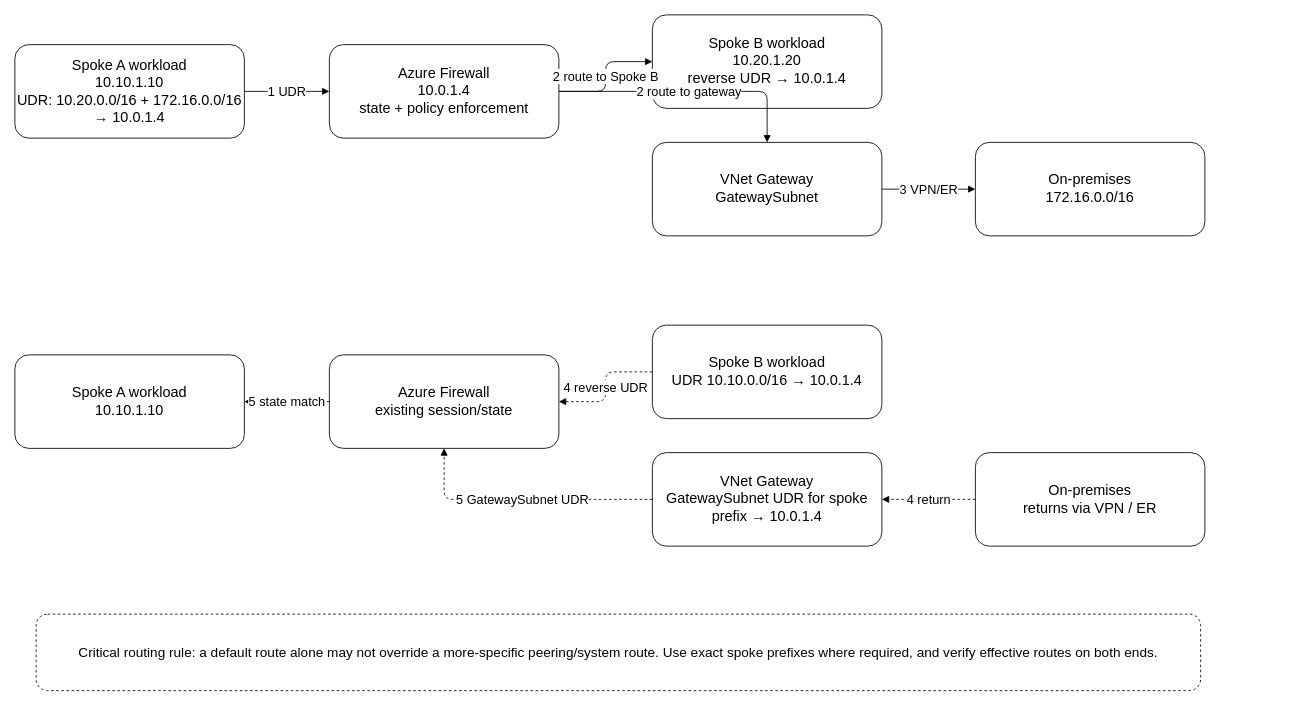
Earlier version of the draw.io diagram images/09-05-26-18-55_method1_symmetric_routing.drawio (ccaiccie/knowledge). Source tidied: cells renumbered, new cells numbered last; positions are measured from the earlier drawing's top-left corner, leaving out a move shared by most shapes. Both pictures are drawn from the tidied source at 85%, with x=0, y=0 at pixel (14, 14).
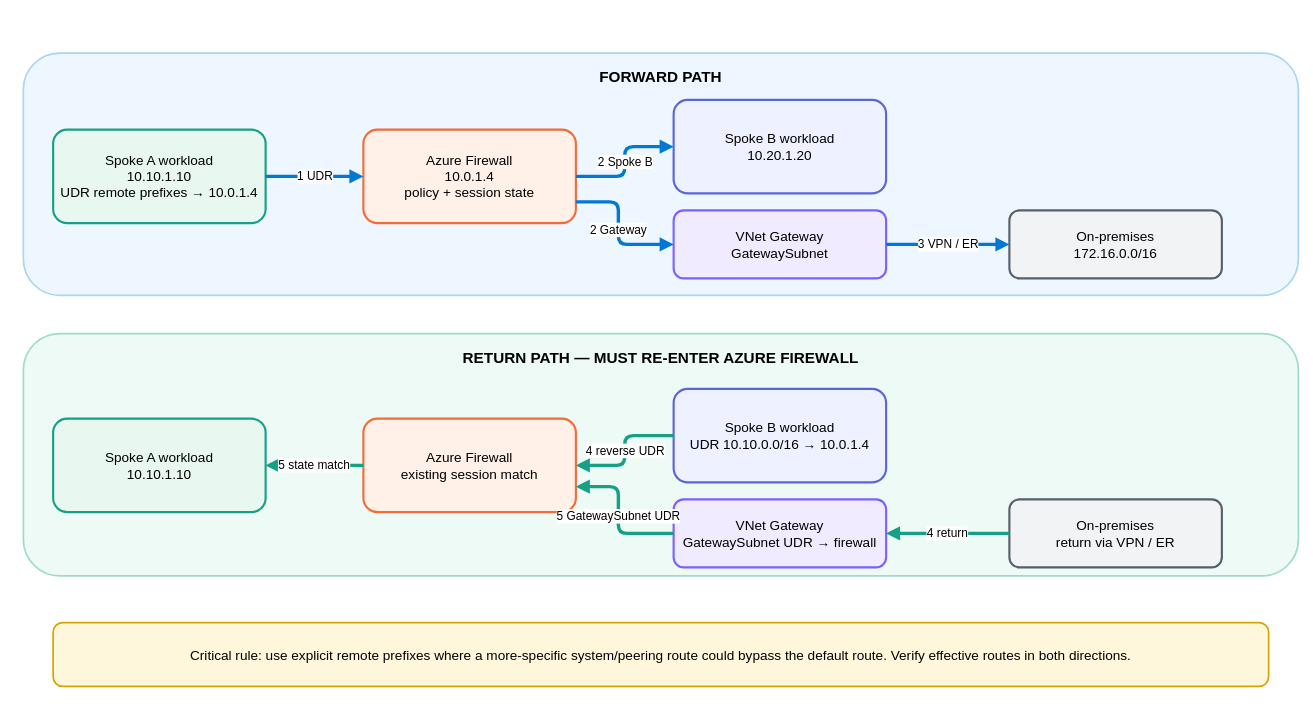
The same page after the edit.

Commit message:
Match symmetric routing draw.io to redesigned SVG

What changed in the source:
```diff
@@
+    <mxCell id="21" value="FORWARD PATH" style="rounded=1;whiteSpace=wrap;html=1;verticalAlign=top;fontStyle=1;fontSize=18;spacingTop=12;fillColor=#EEF7FF;strokeColor=#A8D5F5;strokeWidth=2;" parent="1" vertex="1">
+      <mxGeometry x="10" y="45" width="1500" height="285" as="geometry" />
+    </mxCell>
+    <mxCell id="22" value="RETURN PATH — MUST RE-ENTER AZURE FIREWALL" style="rounded=1;whiteSpace=wrap;html=1;verticalAlign=top;fontStyle=1;fontSize=18;spacingTop=12;fillColor=#EDFAF6;strokeColor=#9EDBCB;strokeWidth=2;" parent="1" vertex="1">
+      <mxGeometry x="10" y="375" width="1500" height="285" as="geometry" />
+    </mxCell>
-    <mxCell id="2" value="Spoke A workload&#10;10.10.1.10&#10;UDR: 10.20.0.0/16 + 172.16.0.0/16 → 10.0.1.4" style="rounded=1;whiteSpace=wrap;html=1;fontSize=17;" parent="1" vertex="1">
-      <mxGeometry y="35" width="270" height="110" as="geometry" />
+    <mxCell id="2" value="Spoke A workload&#10;10.10.1.10&#10;UDR remote prefixes → 10.0.1.4" style="rounded=1;whiteSpace=wrap;html=1;fontSize=16;fillColor=#E8F7F0;strokeColor=#16A085;strokeWidth=2.5;" parent="1" vertex="1">
+      <mxGeometry x="45" y="135" width="250" height="110" as="geometry" />
     </mxCell>
-    <mxCell id="3" value="Azure Firewall&#10;10.0.1.4&#10;state + policy enforcement" style="rounded=1;whiteSpace=wrap;html=1;fontSize=17;" parent="1" vertex="1">
-      <mxGeometry x="370" y="35" width="270" height="110" as="geometry" />
+    <mxCell id="3" value="Azure Firewall&#10;10.0.1.4&#10;policy + session state" style="rounded=1;whiteSpace=wrap;html=1;fontSize=16;fillColor=#FFF1E8;strokeColor=#F26B38;strokeWidth=2.5;" parent="1" vertex="1">
+      <mxGeometry x="410" y="135" width="250" height="110" as="geometry" />
     </mxCell>
-    <mxCell id="4" value="Spoke B workload&#10;10.20.1.20&#10;reverse UDR → 10.0.1.4" style="rounded=1;whiteSpace=wrap;html=1;fontSize=17;" parent="1" vertex="1">
-      <mxGeometry x="750" width="270" height="110" as="geometry" />
+    <mxCell id="4" value="Spoke B workload&#10;10.20.1.20" style="rounded=1;whiteSpace=wrap;html=1;fontSize=16;fillColor=#EEF1FF;strokeColor=#5B65D8;strokeWidth=2.5;" parent="1" vertex="1">
+      <mxGeometry x="775" y="100" width="250" height="110" as="geometry" />
     </mxCell>
-    <mxCell id="5" value="VNet Gateway&#10;GatewaySubnet" style="rounded=1;whiteSpace=wrap;html=1;fontSize=17;" parent="1" vertex="1">
-      <mxGeometry x="750" y="150" width="270" height="110" as="geometry" />
+    <mxCell id="5" value="VNet Gateway&#10;GatewaySubnet" style="rounded=1;whiteSpace=wrap;html=1;fontSize=16;fillColor=#F1EBFF;strokeColor=#7B61FF;strokeWidth=2.5;" parent="1" vertex="1">
+      <mxGeometry x="775" y="230" width="250" height="80" as="geometry" />
     </mxCell>
-    <mxCell id="6" value="On-premises&#10;172.16.0.0/16" style="rounded=1;whiteSpace=wrap;html=1;fontSize=17;" parent="1" vertex="1">
-      <mxGeometry x="1130" y="150" width="270" height="110" as="geometry" />
+    <mxCell id="6" value="On-premises&#10;172.16.0.0/16" style="rounded=1;whiteSpace=wrap;html=1;fontSize=16;fillColor=#F1F3F5;strokeColor=#56606B;strokeWidth=2.5;" parent="1" vertex="1">
+      <mxGeometry x="1170" y="230" width="250" height="80" as="geometry" />
     </mxCell>
-    <mxCell id="7" value="Spoke A workload&#10;10.10.1.10" style="rounded=1;whiteSpace=wrap;html=1;fontSize=17;" parent="1" vertex="1">
-      <mxGeometry y="400" width="270" height="110" as="geometry" />
+    <mxCell id="7" value="Spoke A workload&#10;10.10.1.10" style="rounded=1;whiteSpace=wrap;html=1;fontSize=16;fillColor=#E8F7F0;strokeColor=#16A085;strokeWidth=2.5;" parent="1" vertex="1">
+      <mxGeometry x="45" y="475" width="250" height="110" as="geometry" />
     </mxCell>
-    <mxCell id="8" value="Azure Firewall&#10;existing session/state" style="rounded=1;whiteSpace=wrap;html=1;fontSize=17;" parent="1" vertex="1">
-      <mxGeometry x="370" y="400" width="270" height="110" as="geometry" />
+    <mxCell id="8" value="Azure Firewall&#10;existing session match" style="rounded=1;whiteSpace=wrap;html=1;fontSize=16;fillColor=#FFF1E8;strokeColor=#F26B38;strokeWidth=2.5;" parent="1" vertex="1">
+      <mxGeometry x="410" y="475" width="250" height="110" as="geometry" />
     </mxCell>
-    <mxCell id="9" value="Spoke B workload&#10;UDR 10.10.0.0/16 → 10.0.1.4" style="rounded=1;whiteSpace=wrap;html=1;fontSize=17;" parent="1" vertex="1">
-      <mxGeometry x="750" y="365" width="270" height="110" as="geometry" />
+    <mxCell id="9" value="Spoke B workload&#10;UDR 10.10.0.0/16 → 10.0.1.4" style="rounded=1;whiteSpace=wrap;html=1;fontSize=16;fillColor=#EEF1FF;strokeColor=#5B65D8;strokeWidth=2.5;" parent="1" vertex="1">
+      <mxGeometry x="775" y="440" width="250" height="110" as="geometry" />
     </mxCell>
-    <mxCell id="10" value="VNet Gateway&#10;GatewaySubnet UDR for spoke prefix → 10.0.1.4" style="rounded=1;whiteSpace=wrap;html=1;fontSize=17;" parent="1" vertex="1">
-      <mxGeometry x="750" y="515" width="270" height="110" as="geometry" />
+    <mxCell id="10" value="VNet Gateway&#10;GatewaySubnet UDR → firewall" style="rounded=1;whiteSpace=wrap;html=1;fontSize=16;fillColor=#F1EBFF;strokeColor=#7B61FF;strokeWidth=2.5;" parent="1" vertex="1">
+      <mxGeometry x="775" y="570" width="250" height="80" as="geometry" />
     </mxCell>
-    <mxCell id="11" value="On-premises&#10;returns via VPN / ER" style="rounded=1;whiteSpace=wrap;html=1;fontSize=17;" parent="1" vertex="1">
-      <mxGeometry x="1130" y="515" width="270" height="110" as="geometry" />
+    <mxCell id="11" value="On-premises&#10;return via VPN / ER" style="rounded=1;whiteSpace=wrap;html=1;fontSize=16;fillColor=#F1F3F5;strokeColor=#56606B;strokeWidth=2.5;" parent="1" vertex="1">
+      <mxGeometry x="1170" y="570" width="250" height="80" as="geometry" />
     </mxCell>
-    <mxCell id="12" value="1 UDR" style="edgeStyle=orthogonalEdgeStyle;html=1;endArrow=block;fontSize=15;" parent="1" edge="1" source="2" target="3">
+    <mxCell id="12" value="1 UDR" style="edgeStyle=orthogonalEdgeStyle;html=1;strokeColor=#0078D4;strokeWidth=4;endArrow=block;fontSize=14;" parent="1" edge="1" source="2" target="3">
       <mxGeometry relative="1" as="geometry" />
     </mxCell>
-    <mxCell id="13" value="2 route to Spoke B" style="edgeStyle=orthogonalEdgeStyle;html=1;endArrow=block;fontSize=15;" parent="1" edge="1" source="3" target="4">
+    <mxCell id="13" value="2 Spoke B" style="edgeStyle=orthogonalEdgeStyle;html=1;strokeColor=#0078D4;strokeWidth=4;endArrow=block;fontSize=14;" parent="1" edge="1" source="3" target="4">
       <mxGeometry relative="1" as="geometry" />
     </mxCell>
-    <mxCell id="14" value="2 route to gateway" style="edgeStyle=orthogonalEdgeStyle;html=1;endArrow=block;fontSize=15;" parent="1" edge="1" source="3" target="5">
-      <mxGeometry relative="1" as="geometry" />
+    <mxCell id="14" value="2 Gateway" style="edgeStyle=orthogonalEdgeStyle;html=1;strokeColor=#0078D4;strokeWidth=4;endArrow=block;fontSize=14;" parent="1" edge="1" source="3" target="5">
+      <mxGeometry relative="1" as="geometry">
+        <Array as="points">
+          <mxPoint x="710" y="220" />
+          <mxPoint x="710" y="270" />
+        </Array>
+      </mxGeometry>
     </mxCell>
-    <mxCell id="15" value="3 VPN/ER" style="edgeStyle=orthogonalEdgeStyle;html=1;endArrow=block;fontSize=15;" parent="1" edge="1" source="5" target="6">
+    <mxCell id="15" value="3 VPN / ER" style="edgeStyle=orthogonalEdgeStyle;html=1;strokeColor=#0078D4;strokeWidth=4;endArrow=block;fontSize=14;" parent="1" edge="1" source="5" target="6">
       <mxGeometry relative="1" as="geometry" />
     </mxCell>
-    <mxCell id="16" value="4 reverse UDR" style="edgeStyle=orthogonalEdgeStyle;html=1;endArrow=block;dashed=1;fontSize=15;" parent="1" edge="1" source="9" target="8">
+    <mxCell id="16" value="4 reverse UDR" style="edgeStyle=orthogonalEdgeStyle;html=1;strokeColor=#16A085;strokeWidth=4;endArrow=block;fontSize=14;" parent="1" edge="1" source="9" target="8">
       <mxGeometry relative="1" as="geometry" />
     </mxCell>
-    <mxCell id="17" value="5 state match" style="edgeStyle=orthogonalEdgeStyle;html=1;endArrow=block;dashed=1;fontSize=15;" parent="1" edge="1" source="8" target="7">
+    <mxCell id="17" value="5 state match" style="edgeStyle=orthogonalEdgeStyle;html=1;strokeColor=#16A085;strokeWidth=4;endArrow=block;fontSize=14;" parent="1" edge="1" source="8" target="7">
       <mxGeometry relative="1" as="geometry" />
     </mxCell>
-    <mxCell id="18" value="4 return" style="edgeStyle=orthogonalEdgeStyle;html=1;endArrow=block;dashed=1;fontSize=15;" parent="1" edge="1" source="11" target="10">
+    <mxCell id="18" value="4 return" style="edgeStyle=orthogonalEdgeStyle;html=1;strokeColor=#16A085;strokeWidth=4;endArrow=block;fontSize=14;" parent="1" edge="1" source="11" target="10">
       <mxGeometry relative="1" as="geometry" />
     </mxCell>
-    <mxCell id="19" value="5 GatewaySubnet UDR" style="edgeStyle=orthogonalEdgeStyle;html=1;endArrow=block;dashed=1;fontSize=15;" parent="1" edge="1" source="10" target="8">
-      <mxGeometry relative="1" as="geometry" />
+    <mxCell id="19" value="5 GatewaySubnet UDR" style="edgeStyle=orthogonalEdgeStyle;html=1;strokeColor=#16A085;strokeWidth=4;endArrow=block;fontSize=14;" parent="1" edge="1" source="10" target="8">
+      <mxGeometry relative="1" as="geometry">
+        <Array as="points">
+          <mxPoint x="710" y="610" />
+          <mxPoint x="710" y="555" />
+        </Array>
+      </mxGeometry>
     </mxCell>
-    <mxCell id="20" value="Critical routing rule: a default route alone may not override a more-specific peering/system route. Use exact spoke prefixes where required, and verify effective routes on both ends." style="rounded=1;whiteSpace=wrap;html=1;dashed=1;fontSize=16;" parent="1" vertex="1">
-      <mxGeometry x="25" y="705" width="1370" height="90" as="geometry" />
+    <mxCell id="20" value="Critical rule: use explicit remote prefixes where a more-specific system/peering route could bypass the default route. Verify effective routes in both directions." style="rounded=1;whiteSpace=wrap;html=1;fontSize=16;fillColor=#FFF7DB;strokeColor=#D6A500;strokeWidth=2;" parent="1" vertex="1">
+      <mxGeometry x="45" y="715" width="1430" height="75" as="geometry" />
     </mxCell>
```
